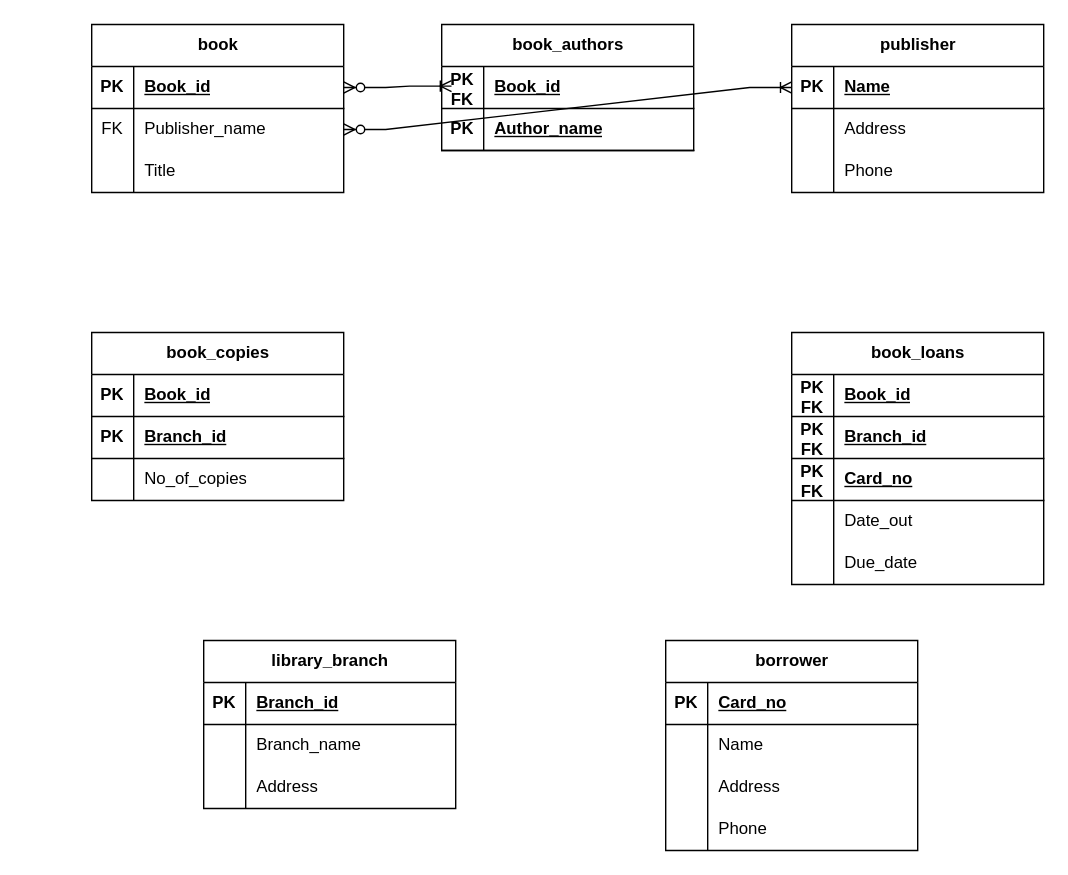
Earlier version of the draw.io diagram week3.drawio (GreenFella/databaseclass). Source tidied: cells renumbered, new cells numbered last; positions are measured from the earlier drawing's top-left corner, leaving out a move shared by most shapes. Both pictures are drawn from the tidied source at 140%, with x=0, y=0 at pixel (91, 24).
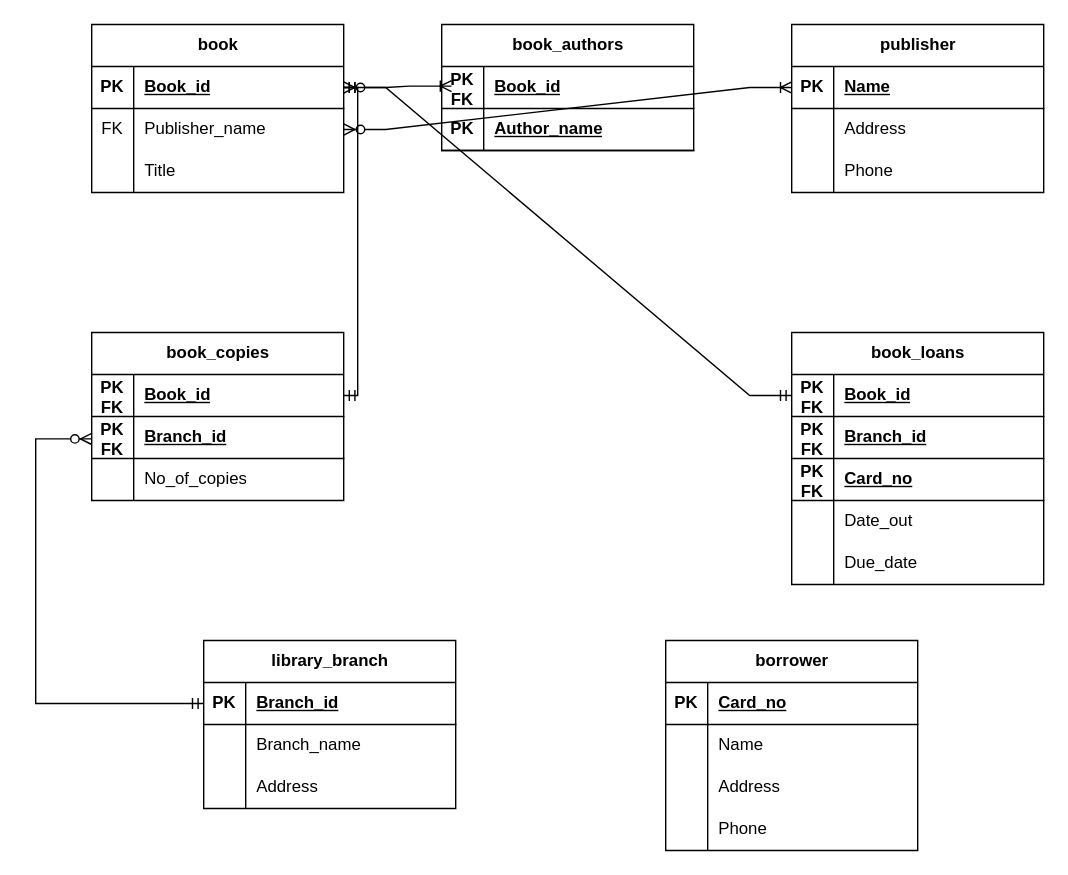
The same page after the edit.

The change refers to these unchanged cells:
```xml
<mxCell id="3" style="shape=tableRow;horizontal=0;startSize=0;swimlaneHead=0;swimlaneBody=0;fillColor=none;points=[[0,0.5],[1,0.5]];portConstraint=eastwest;top=0;left=0;right=0;bottom=1;" parent="2" vertex="1">
  <mxGeometry y="30" width="180" height="30" as="geometry" />
</mxCell>
<mxCell id="6" style="shape=tableRow;horizontal=0;startSize=0;swimlaneHead=0;swimlaneBody=0;fillColor=none;top=0;left=0;right=0;bottom=1;" parent="2" vertex="1">
  <mxGeometry y="60" width="180" height="30" as="geometry" />
</mxCell>
<mxCell id="26" style="shape=tableRow;horizontal=0;startSize=0;swimlaneHead=0;swimlaneBody=0;fillColor=none;points=[[0,0.5],[1,0.5]];portConstraint=eastwest;top=0;left=0;right=0;bottom=1;" parent="25" vertex="1">
  <mxGeometry y="30" width="180" height="30" as="geometry" />
</mxCell>
<mxCell id="36" style="shape=tableRow;horizontal=0;startSize=0;swimlaneHead=0;swimlaneBody=0;fillColor=none;points=[[0,0.5],[1,0.5]];portConstraint=eastwest;top=0;left=0;right=0;bottom=1;" parent="35" vertex="1">
  <mxGeometry y="30" width="180" height="30" as="geometry" />
</mxCell>
<mxCell id="59" style="shape=tableRow;horizontal=0;startSize=0;swimlaneHead=0;swimlaneBody=0;fillColor=none;points=[[0,0.5],[1,0.5]];portConstraint=eastwest;top=0;left=0;right=0;bottom=1;" parent="58" vertex="1">
  <mxGeometry y="30" width="180" height="30" as="geometry" />
</mxCell>
```

Change to the diagram source:
```diff
@@
-    <mxCell id="4" value="PK" style="shape=partialRectangle;fillColor=none;top=0;left=0;bottom=0;right=0;fontStyle=1;overflow=hidden;whiteSpace=wrap;html=1;" parent="3" vertex="1">
+    <mxCell id="4" value="PK&lt;div&gt;FK&lt;/div&gt;" style="shape=partialRectangle;fillColor=none;top=0;left=0;bottom=0;right=0;fontStyle=1;overflow=hidden;whiteSpace=wrap;html=1;" parent="3" vertex="1">
       <mxGeometry width="30" height="30" as="geometry" />
     </mxCell>
@@
-    <mxCell id="7" value="PK" style="shape=partialRectangle;fillColor=none;top=0;left=0;bottom=0;right=0;fontStyle=1;overflow=hidden;whiteSpace=wrap;html=1;" parent="6" vertex="1">
+    <mxCell id="7" value="PK&lt;div&gt;FK&lt;/div&gt;" style="shape=partialRectangle;fillColor=none;top=0;left=0;bottom=0;right=0;fontStyle=1;overflow=hidden;whiteSpace=wrap;html=1;" parent="6" vertex="1">
       <mxGeometry width="30" height="30" as="geometry" />
     </mxCell>
@@
+    <mxCell id="80" style="edgeStyle=orthogonalEdgeStyle;fontSize=12;html=1;endArrow=ERmandOne;startArrow=ERmandOne;rounded=0;entryX=1;entryY=0.5;entryDx=0;entryDy=0;exitX=1;exitY=0.5;exitDx=0;exitDy=0;" parent="1" edge="1" source="3" target="59">
+      <mxGeometry relative="1" as="geometry">
+        <Array as="points">
+          <mxPoint x="190" y="265" />
+          <mxPoint x="190" y="45" />
+        </Array>
+      </mxGeometry>
+    </mxCell>
+    <mxCell id="81" style="edgeStyle=entityRelationEdgeStyle;fontSize=12;html=1;endArrow=ERmandOne;startArrow=ERmandOne;rounded=0;entryX=0;entryY=0.5;entryDx=0;entryDy=0;exitX=1;exitY=0.5;exitDx=0;exitDy=0;" parent="1" edge="1" source="59" target="36">
+      <mxGeometry relative="1" as="geometry" />
+    </mxCell>
+    <mxCell id="82" style="edgeStyle=orthogonalEdgeStyle;fontSize=12;html=1;endArrow=ERzeroToMany;startArrow=ERmandOne;rounded=0;exitX=0;exitY=0.5;exitDx=0;exitDy=0;" parent="1" edge="1" source="26">
+      <mxGeometry relative="1" as="geometry">
+        <mxPoint y="296" as="targetPoint" />
+        <Array as="points">
+          <mxPoint x="-40" y="485" />
+          <mxPoint x="-40" y="296" />
+        </Array>
+      </mxGeometry>
+    </mxCell>
```
